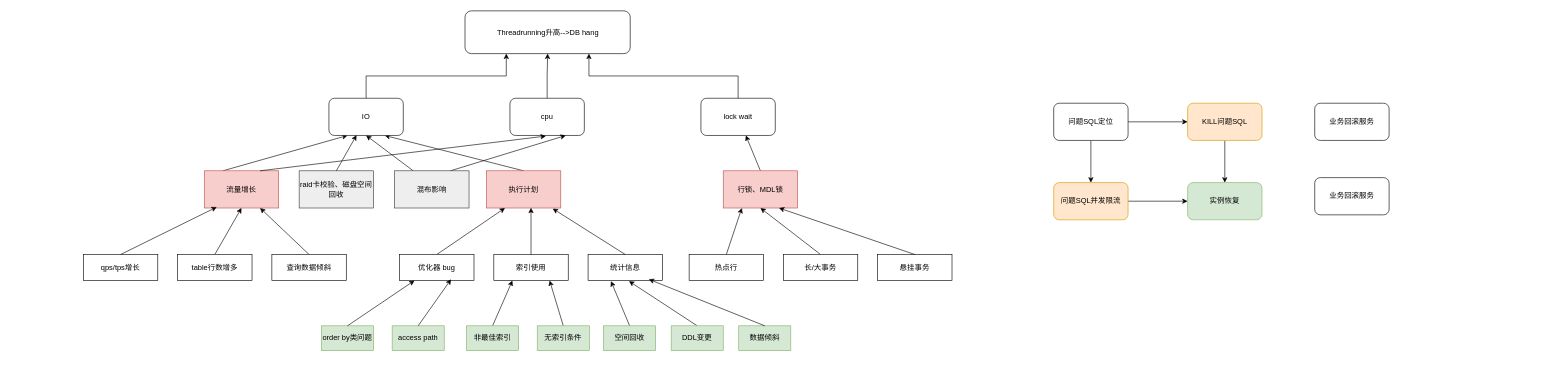
Earlier version of the draw.io diagram page "第 23 页" (23 of 23) of ksql.drawio (shangyu11/shang). Source tidied: cells renumbered, new cells numbered last; positions are measured from the earlier drawing's top-left corner, leaving out a move shared by most shapes. Both pictures are drawn from the tidied source at 62%, with x=0, y=0 at pixel (83, 11).
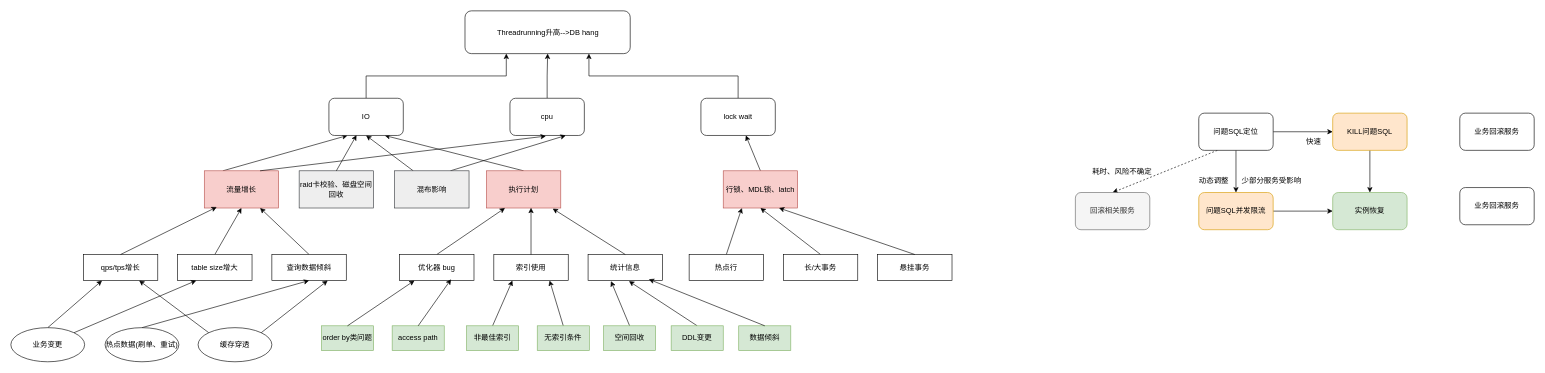
Above is the later version.

Unchanged cells that the change refers to:
```xml
<mxCell id="46" value="qps/tps增长" style="rounded=0;whiteSpace=wrap;html=1;" parent="1" vertex="1">
  <mxGeometry y="393" width="120" height="42" as="geometry" />
</mxCell>
<mxCell id="50" value="查询数据倾斜" style="rounded=0;whiteSpace=wrap;html=1;" parent="1" vertex="1">
  <mxGeometry x="304" y="393" width="120" height="42" as="geometry" />
</mxCell>
```

What changed in the source:
```diff
@@
-    <mxCell id="7" value="行锁、MDL锁" style="rounded=0;whiteSpace=wrap;html=1;fillColor=#f8cecc;strokeColor=#b85450;" parent="1" vertex="1">
+    <mxCell id="7" value="行锁、MDL锁、latch" style="rounded=0;whiteSpace=wrap;html=1;fillColor=#f8cecc;strokeColor=#b85450;" parent="1" vertex="1">
       <mxGeometry x="1032" y="258" width="120" height="60" as="geometry" />
     </mxCell>
@@
+    <mxCell id="63" style="rounded=0;jettySize=auto;html=1;exitX=0.25;exitY=1;exitDx=0;exitDy=0;entryX=0.5;entryY=0;entryDx=0;entryDy=0;dashed=1;" parent="1" edge="1" source="23" target="72">
+      <mxGeometry relative="1" as="geometry" />
+    </mxCell>
     <mxCell id="23" value="问题SQL定位" style="rounded=1;whiteSpace=wrap;html=1;" parent="1" vertex="1">
-      <mxGeometry x="1565" y="149" width="120" height="60" as="geometry" />
+      <mxGeometry x="1799" y="165" width="120" height="60" as="geometry" />
     </mxCell>
@@
     <mxCell id="25" value="KILL问题SQL" style="rounded=1;whiteSpace=wrap;html=1;fillColor=#ffe6cc;strokeColor=#d79b00;" parent="1" vertex="1">
-      <mxGeometry x="1781" y="149" width="120" height="60" as="geometry" />
+      <mxGeometry x="2015" y="165" width="120" height="60" as="geometry" />
     </mxCell>
@@
     <mxCell id="27" value="问题SQL并发限流" style="rounded=1;whiteSpace=wrap;html=1;fillColor=#ffe6cc;strokeColor=#d79b00;" parent="1" vertex="1">
-      <mxGeometry x="1565" y="277" width="120" height="60" as="geometry" />
+      <mxGeometry x="1799" y="293" width="120" height="60" as="geometry" />
     </mxCell>
     <mxCell id="28" value="实例恢复" style="rounded=1;whiteSpace=wrap;html=1;fillColor=#d5e8d4;strokeColor=#82b366;" parent="1" vertex="1">
-      <mxGeometry x="1781" y="277" width="120" height="60" as="geometry" />
+      <mxGeometry x="2015" y="293" width="120" height="60" as="geometry" />
     </mxCell>
     <mxCell id="29" value="业务回滚服务" style="rounded=1;whiteSpace=wrap;html=1;" parent="1" vertex="1">
-      <mxGeometry x="1986" y="149" width="120" height="60" as="geometry" />
+      <mxGeometry x="2220" y="165" width="120" height="60" as="geometry" />
     </mxCell>
     <mxCell id="30" value="业务回滚服务" style="rounded=1;whiteSpace=wrap;html=1;" parent="1" vertex="1">
-      <mxGeometry x="1986" y="269" width="120" height="60" as="geometry" />
+      <mxGeometry x="2220" y="285" width="120" height="60" as="geometry" />
     </mxCell>
@@
-    <mxCell id="48" value="table行数增多" style="rounded=0;whiteSpace=wrap;html=1;" parent="1" vertex="1">
+    <mxCell id="48" value="table size增大" style="rounded=0;whiteSpace=wrap;html=1;" parent="1" vertex="1">
       <mxGeometry x="152" y="393" width="120" height="42" as="geometry" />
     </mxCell>
@@
+    <mxCell id="64" style="rounded=0;jettySize=auto;html=1;exitX=0.5;exitY=0;exitDx=0;exitDy=0;entryX=0.25;entryY=1;entryDx=0;entryDy=0;" parent="1" edge="1" source="66" target="46">
+      <mxGeometry relative="1" as="geometry" />
+    </mxCell>
+    <mxCell id="65" style="rounded=0;jettySize=auto;html=1;exitX=1;exitY=0;exitDx=0;exitDy=0;entryX=0.25;entryY=1;entryDx=0;entryDy=0;" parent="1" edge="1" source="66" target="48">
+      <mxGeometry relative="1" as="geometry" />
+    </mxCell>
+    <mxCell id="66" value="业务变更" style="ellipse;whiteSpace=wrap;html=1;" parent="1" vertex="1">
+      <mxGeometry x="-117" y="511" width="119" height="55" as="geometry" />
+    </mxCell>
+    <mxCell id="67" style="rounded=0;jettySize=auto;html=1;exitX=0.5;exitY=0;exitDx=0;exitDy=0;entryX=0.5;entryY=1;entryDx=0;entryDy=0;" parent="1" edge="1" source="68" target="50">
+      <mxGeometry relative="1" as="geometry" />
+    </mxCell>
+    <mxCell id="68" value="热点数据(刷单、重试)" style="ellipse;whiteSpace=wrap;html=1;" parent="1" vertex="1">
+      <mxGeometry x="35" y="511" width="119" height="55" as="geometry" />
+    </mxCell>
+    <mxCell id="69" style="rounded=0;jettySize=auto;html=1;exitX=1;exitY=0;exitDx=0;exitDy=0;entryX=0.75;entryY=1;entryDx=0;entryDy=0;" parent="1" edge="1" source="71" target="50">
+      <mxGeometry relative="1" as="geometry" />
+    </mxCell>
+    <mxCell id="70" style="rounded=0;jettySize=auto;html=1;exitX=0;exitY=0;exitDx=0;exitDy=0;entryX=0.75;entryY=1;entryDx=0;entryDy=0;" parent="1" edge="1" source="71" target="46">
+      <mxGeometry relative="1" as="geometry" />
+    </mxCell>
+    <mxCell id="71" value="缓存穿透" style="ellipse;whiteSpace=wrap;html=1;" parent="1" vertex="1">
+      <mxGeometry x="185" y="511" width="119" height="55" as="geometry" />
+    </mxCell>
+    <mxCell id="72" value="回滚相关服务" style="rounded=1;whiteSpace=wrap;html=1;fillColor=#f5f5f5;strokeColor=#666666;fontColor=#333333;" parent="1" vertex="1">
+      <mxGeometry x="1600" y="293" width="120" height="60" as="geometry" />
+    </mxCell>
+    <mxCell id="73" value="动态调整" style="text;html=1;align=center;verticalAlign=middle;strokeColor=none;fillColor=none;" parent="1" vertex="1">
+      <mxGeometry x="1790" y="261" width="66" height="26" as="geometry" />
+    </mxCell>
+    <mxCell id="74" value="快速" style="text;html=1;align=center;verticalAlign=middle;strokeColor=none;fillColor=none;" parent="1" vertex="1">
+      <mxGeometry x="1963" y="199" width="42" height="26" as="geometry" />
+    </mxCell>
+    <mxCell id="75" value="耗时、风险不确定" style="text;html=1;align=center;verticalAlign=middle;strokeColor=none;fillColor=none;" parent="1" vertex="1">
+      <mxGeometry x="1618" y="246" width="114" height="26" as="geometry" />
+    </mxCell>
+    <mxCell id="76" value="少部分服务受影响" style="text;html=1;align=center;verticalAlign=middle;strokeColor=none;fillColor=none;" parent="1" vertex="1">
+      <mxGeometry x="1859" y="261" width="114" height="26" as="geometry" />
+    </mxCell>
```
